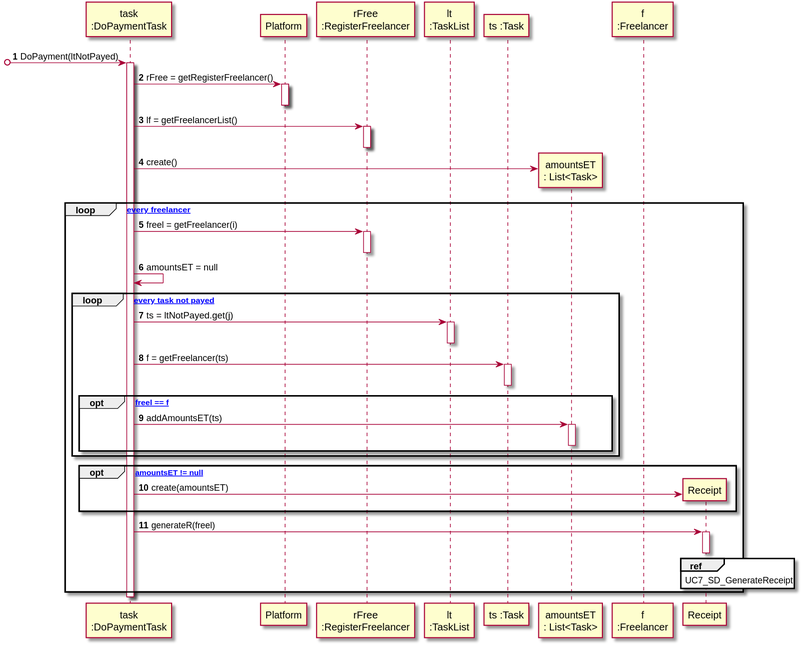
Earlier version of the PlantUML export docs/UC7 - Do Payment Automatically/UC7_SD_DoPayment.svg (1190452/LAPR2).
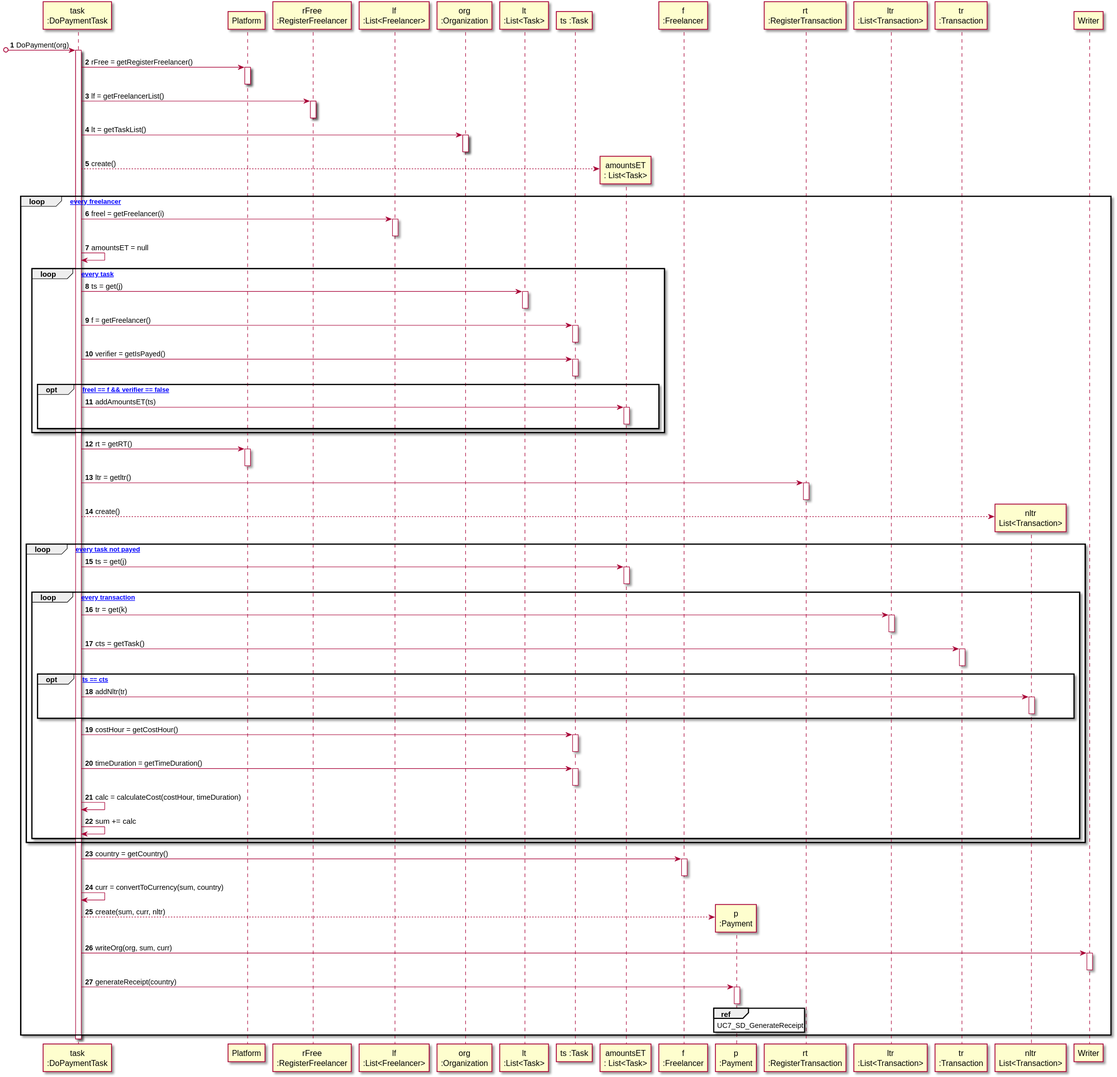
Later version of the same file.

The edit, as a diff of the source:
```diff
@@ -4,13 +4,21 @@
 participant "task\n:DoPaymentTask" as TASK
 participant "Platform" as P
 participant "rFree\n:RegisterFreelancer" as RF
-participant "lt\n:TaskList" as LT
+participant "lf\n:List<Freelancer>" as LF
+participant "org\n:Organization" as O
+participant "lt\n:List<Task>" as LT
+
 participant "ts :Task" as T
 participant "amountsET\n: List<Task>" as LTS
 participant "f\n:Freelancer" as F
-participant "Receipt" as R
+participant "p\n:Payment" as PA
+participant "rt\n:RegisterTransaction" as RT
+participant "ltr\n:List<Transaction>" as LTR
+participant "tr\n:Transaction" as TR
+participant "nltr\nList<Transaction>" as NLTR
+participant "Writer" as W
 
-[o-> TASK : DoPayment(ltNotPayed)
+[o-> TASK : DoPayment(org)
 activate TASK
 
 
@@ -21,27 +29,35 @@
 activate RF
 deactivate RF
 
-TASK -> LTS** : create()
+TASK -> O : lt = getTaskList()
+activate O
+deactivate O
+
+TASK --> LTS** : create()
 
 loop [for every freelancer]
-TASK -> RF : freel = getFreelancer(i)
-activate RF
-deactivate RF
+TASK -> LF : freel = getFreelancer(i)
+activate LF
+deactivate LF
 
 TASK -> TASK : amountsET = null
 
-loop [for every task not payed]
+loop [for every task]
 
-TASK -> LT : ts = ltNotPayed.get(j)
+TASK -> LT : ts = get(j)
 activate LT
 deactivate LT
 
 
-TASK -> T : f = getFreelancer(ts)
+TASK -> T : f = getFreelancer()
 activate T
 deactivate T
 
-opt [if freel == f]
+TASK -> T : verifier = getIsPayed()
+activate T
+deactivate T
+
+opt [if freel == f && verifier == false]
 
 
 
@@ -51,15 +67,77 @@
 
 end opt
 end loop
-opt [if amountsET != null]
-TASK -> R** : create(amountsET)
+
+
+TASK -> P : rt = getRT()
+activate P
+deactivate P
+
+TASK -> RT : ltr = getltr()
+activate RT
+deactivate RT
+
+TASK --> NLTR** : create()
+
+loop [for every task not payed]
+TASK -> LTS : ts = get(j)
+activate LTS
+deactivate LTS
+loop [for every transaction]
+
+TASK -> LTR : tr = get(k)
+activate LTR
+deactivate LTR
+
+TASK -> TR : cts = getTask()
+activate TR
+deactivate TR
+
+
+opt [if ts == cts]
+TASK -> NLTR : addNltr(tr)
+activate NLTR
+deactivate NLTR
 end opt
 
 
-TASK -> R : generateR(freel)
-activate R
-deactivate R
-ref over R : UC7_SD_GenerateReceipt
+
+TASK -> T : costHour = getCostHour()
+activate T
+deactivate T
+
+TASK -> T : timeDuration = getTimeDuration()
+activate T
+deactivate T
+TASK -> TASK : calc = calculateCost(costHour, timeDuration)
+
+TASK -> TASK : sum += calc
+end loop
+
+end loop
+
+TASK -> F : country = getCountry()
+activate F
+deactivate F
+
+TASK -> TASK : curr = convertToCurrency(sum, country)
+
+
+
+TASK --> PA** : create(sum, curr, nltr)
+
+TASK -> W : writeOrg(org, sum, curr)
+activate W
+deactivate W
+
+TASK -> PA : generateReceipt(country)
+activate PA
+deactivate PA
+
+
+
+
+ref over PA : UC7_SD_GenerateReceipt
 
 end loop
 
```
